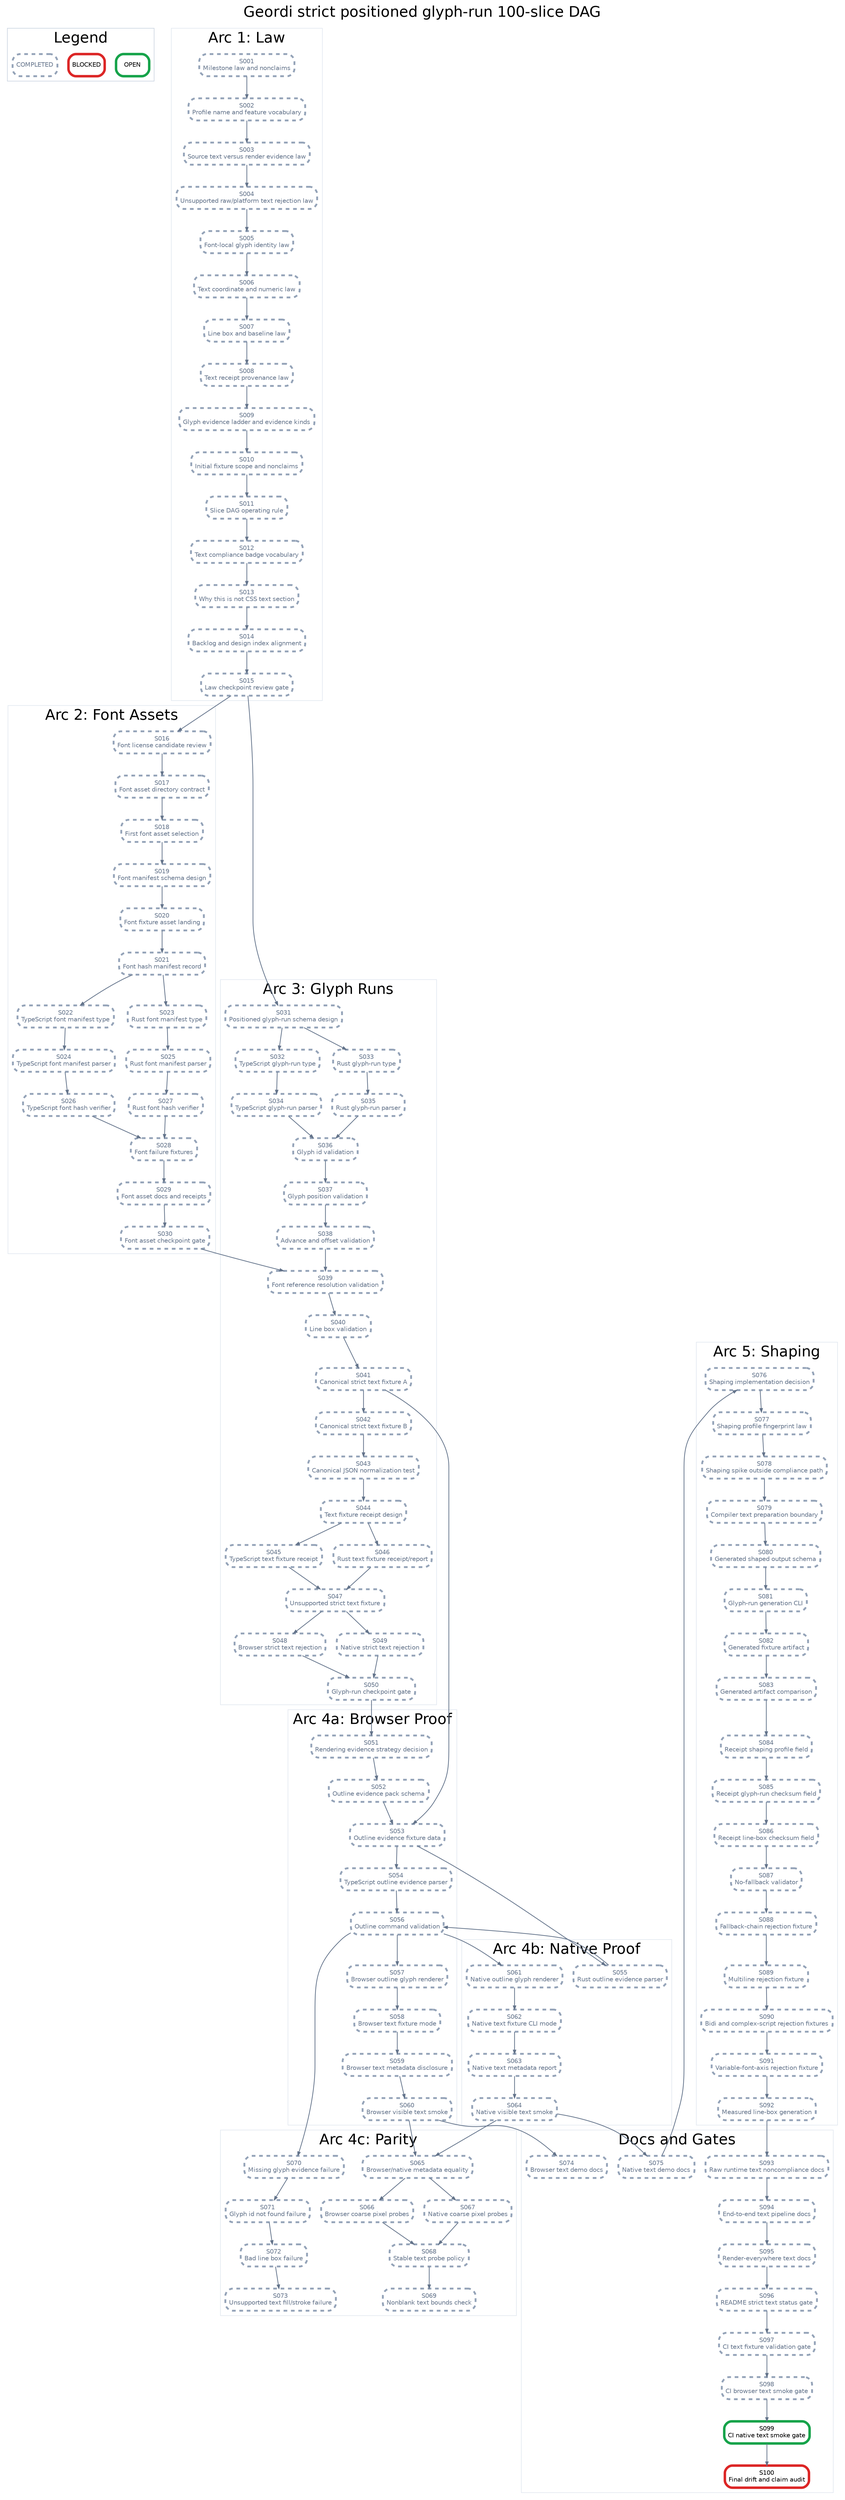
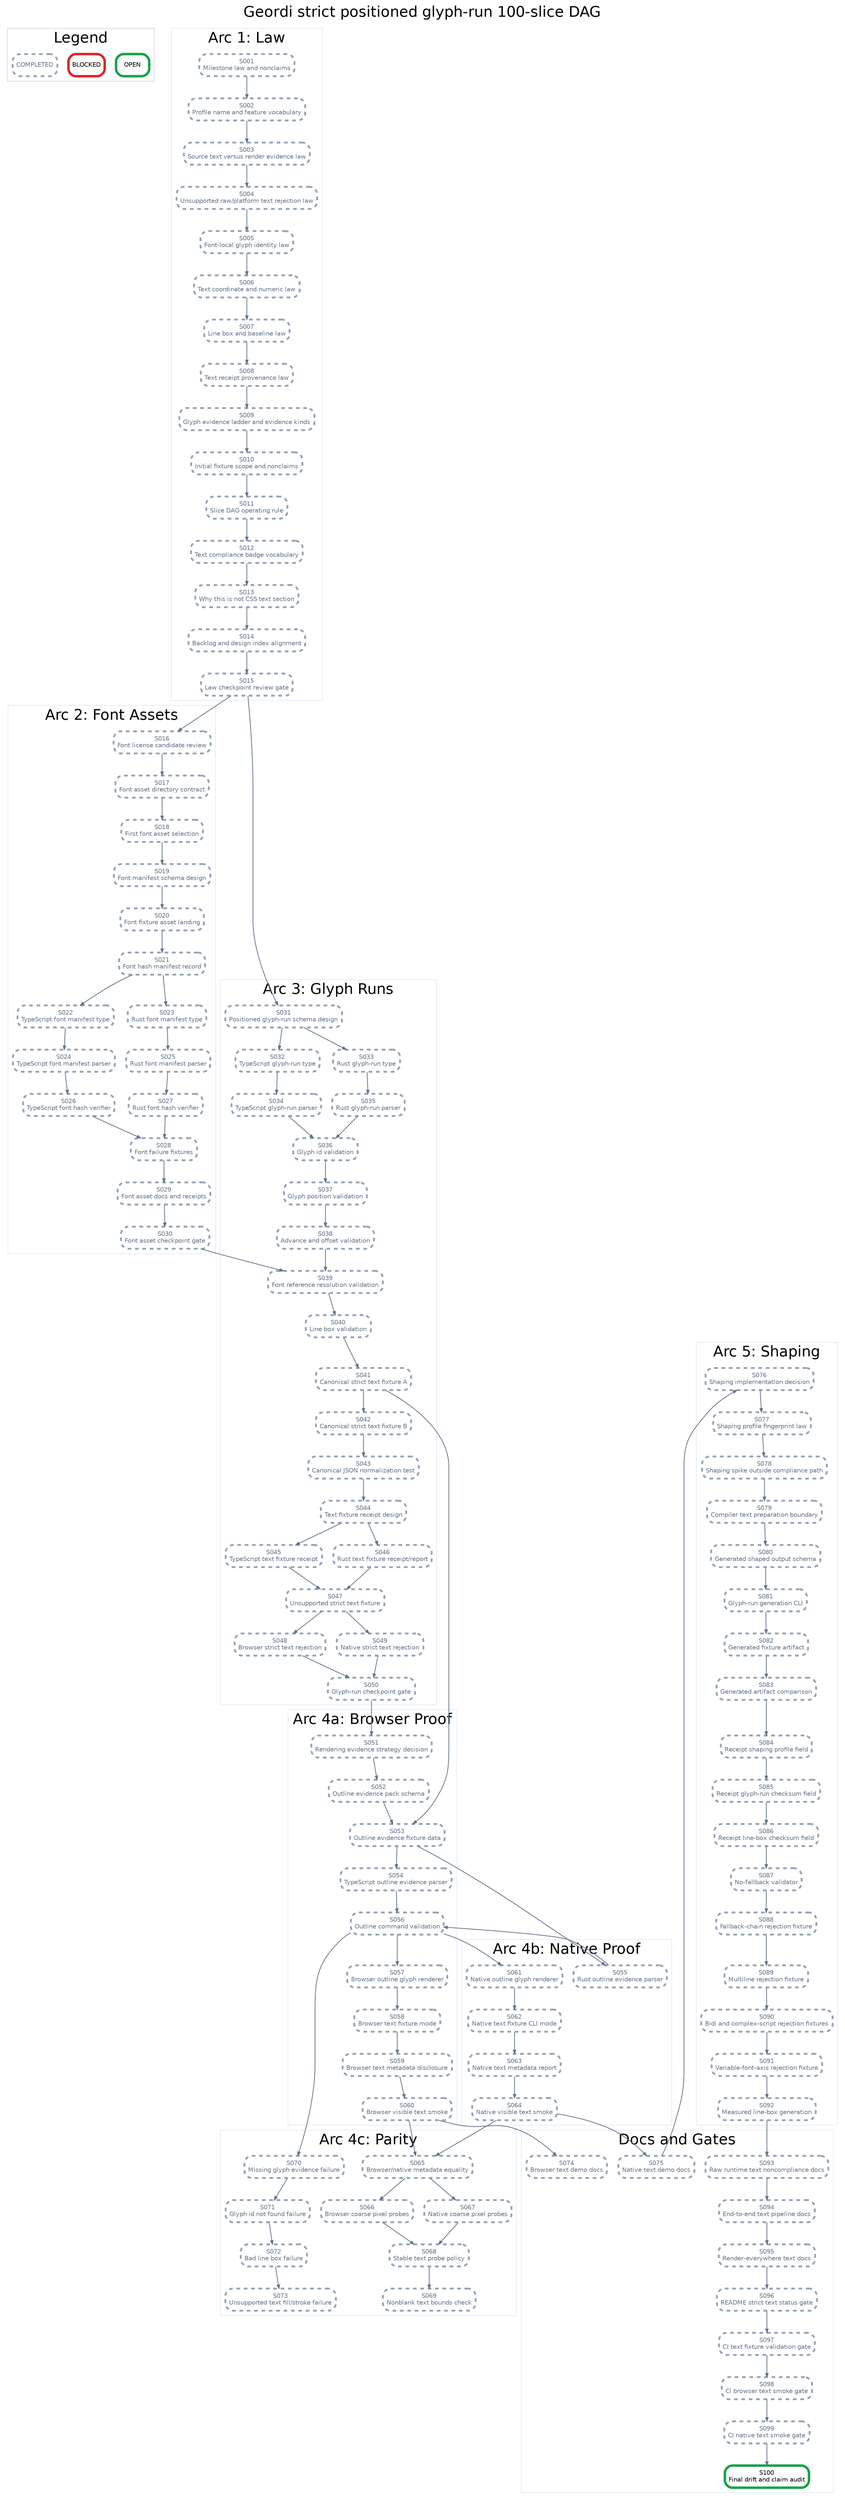
digraph StrictPositionedGlyphRunPlan {
  graph [rankdir=TB, bgcolor="white", fontname="Helvetica", label="Geordi strict positioned glyph-run 100-slice DAG", labelloc="t", fontsize=24];
  node [shape=box, style="rounded,filled", fillcolor="white", fontname="Helvetica", fontsize=10, margin="0.08,0.05"];
  edge [color="#64748b", arrowsize=0.6, penwidth=1.2];

  subgraph cluster_legend {
    label="Legend";
    color="#cbd5e1";
    legend_open [label="OPEN", color="#16a34a", penwidth=4];
    legend_blocked [label="BLOCKED", color="#dc2626", penwidth=4];
    legend_done [label="COMPLETED", color="#94a3b8", penwidth=3, style="rounded,filled,dashed", fontcolor="#64748b"];
  }

  subgraph cluster_law {
    label="Arc 1: Law";
    color="#e2e8f0";
    S001 [label="S001\nMilestone law and nonclaims", color="#94a3b8", penwidth=3, style="rounded,filled,dashed", fontcolor="#64748b"];
    S002 [label="S002\nProfile name and feature vocabulary", color="#94a3b8", penwidth=3, style="rounded,filled,dashed", fontcolor="#64748b"];
    S003 [label="S003\nSource text versus render evidence law", color="#94a3b8", penwidth=3, style="rounded,filled,dashed", fontcolor="#64748b"];
    S004 [label="S004\nUnsupported raw/platform text rejection law", color="#94a3b8", penwidth=3, style="rounded,filled,dashed", fontcolor="#64748b"];
    S005 [label="S005\nFont-local glyph identity law", color="#94a3b8", penwidth=3, style="rounded,filled,dashed", fontcolor="#64748b"];
    S006 [label="S006\nText coordinate and numeric law", color="#94a3b8", penwidth=3, style="rounded,filled,dashed", fontcolor="#64748b"];
    S007 [label="S007\nLine box and baseline law", color="#94a3b8", penwidth=3, style="rounded,filled,dashed", fontcolor="#64748b"];
    S008 [label="S008\nText receipt provenance law", color="#94a3b8", penwidth=3, style="rounded,filled,dashed", fontcolor="#64748b"];
    S009 [label="S009\nGlyph evidence ladder and evidence kinds", color="#94a3b8", penwidth=3, style="rounded,filled,dashed", fontcolor="#64748b"];
    S010 [label="S010\nInitial fixture scope and nonclaims", color="#94a3b8", penwidth=3, style="rounded,filled,dashed", fontcolor="#64748b"];
    S011 [label="S011\nSlice DAG operating rule", color="#94a3b8", penwidth=3, style="rounded,filled,dashed", fontcolor="#64748b"];
    S012 [label="S012\nText compliance badge vocabulary", color="#94a3b8", penwidth=3, style="rounded,filled,dashed", fontcolor="#64748b"];
    S013 [label="S013\nWhy this is not CSS text section", color="#94a3b8", penwidth=3, style="rounded,filled,dashed", fontcolor="#64748b"];
    S014 [label="S014\nBacklog and design index alignment", color="#94a3b8", penwidth=3, style="rounded,filled,dashed", fontcolor="#64748b"];
    S015 [label="S015\nLaw checkpoint review gate", color="#94a3b8", penwidth=3, style="rounded,filled,dashed", fontcolor="#64748b"];
  }

  subgraph cluster_assets {
    label="Arc 2: Font Assets";
    color="#e2e8f0";
    S016 [label="S016\nFont license candidate review", color="#94a3b8", penwidth=3, style="rounded,filled,dashed", fontcolor="#64748b"];
    S017 [label="S017\nFont asset directory contract", color="#94a3b8", penwidth=3, style="rounded,filled,dashed", fontcolor="#64748b"];
    S018 [label="S018\nFirst font asset selection", color="#94a3b8", penwidth=3, style="rounded,filled,dashed", fontcolor="#64748b"];
    S019 [label="S019\nFont manifest schema design", color="#94a3b8", penwidth=3, style="rounded,filled,dashed", fontcolor="#64748b"];
    S020 [label="S020\nFont fixture asset landing", color="#94a3b8", penwidth=3, style="rounded,filled,dashed", fontcolor="#64748b"];
    S021 [label="S021\nFont hash manifest record", color="#94a3b8", penwidth=3, style="rounded,filled,dashed", fontcolor="#64748b"];
    S022 [label="S022\nTypeScript font manifest type", color="#94a3b8", penwidth=3, style="rounded,filled,dashed", fontcolor="#64748b"];
    S023 [label="S023\nRust font manifest type", color="#94a3b8", penwidth=3, style="rounded,filled,dashed", fontcolor="#64748b"];
    S024 [label="S024\nTypeScript font manifest parser", color="#94a3b8", penwidth=3, style="rounded,filled,dashed", fontcolor="#64748b"];
    S025 [label="S025\nRust font manifest parser", color="#94a3b8", penwidth=3, style="rounded,filled,dashed", fontcolor="#64748b"];
    S026 [label="S026\nTypeScript font hash verifier", color="#94a3b8", penwidth=3, style="rounded,filled,dashed", fontcolor="#64748b"];
    S027 [label="S027\nRust font hash verifier", color="#94a3b8", penwidth=3, style="rounded,filled,dashed", fontcolor="#64748b"];
    S028 [label="S028\nFont failure fixtures", color="#94a3b8", penwidth=3, style="rounded,filled,dashed", fontcolor="#64748b"];
    S029 [label="S029\nFont asset docs and receipts", color="#94a3b8", penwidth=3, style="rounded,filled,dashed", fontcolor="#64748b"];
    S030 [label="S030\nFont asset checkpoint gate", color="#94a3b8", penwidth=3, style="rounded,filled,dashed", fontcolor="#64748b"];
  }

  subgraph cluster_glyph {
    label="Arc 3: Glyph Runs";
    color="#e2e8f0";
    S031 [label="S031\nPositioned glyph-run schema design", color="#94a3b8", penwidth=3, style="rounded,filled,dashed", fontcolor="#64748b"];
    S032 [label="S032\nTypeScript glyph-run type", color="#94a3b8", penwidth=3, style="rounded,filled,dashed", fontcolor="#64748b"];
    S033 [label="S033\nRust glyph-run type", color="#94a3b8", penwidth=3, style="rounded,filled,dashed", fontcolor="#64748b"];
    S034 [label="S034\nTypeScript glyph-run parser", color="#94a3b8", penwidth=3, style="rounded,filled,dashed", fontcolor="#64748b"];
    S035 [label="S035\nRust glyph-run parser", color="#94a3b8", penwidth=3, style="rounded,filled,dashed", fontcolor="#64748b"];
    S036 [label="S036\nGlyph id validation", color="#94a3b8", penwidth=3, style="rounded,filled,dashed", fontcolor="#64748b"];
    S037 [label="S037\nGlyph position validation", color="#94a3b8", penwidth=3, style="rounded,filled,dashed", fontcolor="#64748b"];
    S038 [label="S038\nAdvance and offset validation", color="#94a3b8", penwidth=3, style="rounded,filled,dashed", fontcolor="#64748b"];
    S039 [label="S039\nFont reference resolution validation", color="#94a3b8", penwidth=3, style="rounded,filled,dashed", fontcolor="#64748b"];
    S040 [label="S040\nLine box validation", color="#94a3b8", penwidth=3, style="rounded,filled,dashed", fontcolor="#64748b"];
    S041 [label="S041\nCanonical strict text fixture A", color="#94a3b8", penwidth=3, style="rounded,filled,dashed", fontcolor="#64748b"];
    S042 [label="S042\nCanonical strict text fixture B", color="#94a3b8", penwidth=3, style="rounded,filled,dashed", fontcolor="#64748b"];
    S043 [label="S043\nCanonical JSON normalization test", color="#94a3b8", penwidth=3, style="rounded,filled,dashed", fontcolor="#64748b"];
    S044 [label="S044\nText fixture receipt design", color="#94a3b8", penwidth=3, style="rounded,filled,dashed", fontcolor="#64748b"];
    S045 [label="S045\nTypeScript text fixture receipt", color="#94a3b8", penwidth=3, style="rounded,filled,dashed", fontcolor="#64748b"];
    S046 [label="S046\nRust text fixture receipt/report", color="#94a3b8", penwidth=3, style="rounded,filled,dashed", fontcolor="#64748b"];
    S047 [label="S047\nUnsupported strict text fixture", color="#94a3b8", penwidth=3, style="rounded,filled,dashed", fontcolor="#64748b"];
    S048 [label="S048\nBrowser strict text rejection", color="#94a3b8", penwidth=3, style="rounded,filled,dashed", fontcolor="#64748b"];
    S049 [label="S049\nNative strict text rejection", color="#94a3b8", penwidth=3, style="rounded,filled,dashed", fontcolor="#64748b"];
    S050 [label="S050\nGlyph-run checkpoint gate", color="#94a3b8", penwidth=3, style="rounded,filled,dashed", fontcolor="#64748b"];
  }

  subgraph cluster_browser {
    label="Arc 4a: Browser Proof";
    color="#e2e8f0";
    S051 [label="S051\nRendering evidence strategy decision", color="#94a3b8", penwidth=3, style="rounded,filled,dashed", fontcolor="#64748b"];
    S052 [label="S052\nOutline evidence pack schema", color="#94a3b8", penwidth=3, style="rounded,filled,dashed", fontcolor="#64748b"];
    S053 [label="S053\nOutline evidence fixture data", color="#94a3b8", penwidth=3, style="rounded,filled,dashed", fontcolor="#64748b"];
    S054 [label="S054\nTypeScript outline evidence parser", color="#94a3b8", penwidth=3, style="rounded,filled,dashed", fontcolor="#64748b"];
    S056 [label="S056\nOutline command validation", color="#94a3b8", penwidth=3, style="rounded,filled,dashed", fontcolor="#64748b"];
    S057 [label="S057\nBrowser outline glyph renderer", color="#94a3b8", penwidth=3, style="rounded,filled,dashed", fontcolor="#64748b"];
    S058 [label="S058\nBrowser text fixture mode", color="#94a3b8", penwidth=3, style="rounded,filled,dashed", fontcolor="#64748b"];
    S059 [label="S059\nBrowser text metadata disclosure", color="#94a3b8", penwidth=3, style="rounded,filled,dashed", fontcolor="#64748b"];
    S060 [label="S060\nBrowser visible text smoke", color="#94a3b8", penwidth=3, style="rounded,filled,dashed", fontcolor="#64748b"];
  }

  subgraph cluster_native {
    label="Arc 4b: Native Proof";
    color="#e2e8f0";
    S055 [label="S055\nRust outline evidence parser", color="#94a3b8", penwidth=3, style="rounded,filled,dashed", fontcolor="#64748b"];
    S061 [label="S061\nNative outline glyph renderer", color="#94a3b8", penwidth=3, style="rounded,filled,dashed", fontcolor="#64748b"];
    S062 [label="S062\nNative text fixture CLI mode", color="#94a3b8", penwidth=3, style="rounded,filled,dashed", fontcolor="#64748b"];
    S063 [label="S063\nNative text metadata report", color="#94a3b8", penwidth=3, style="rounded,filled,dashed", fontcolor="#64748b"];
    S064 [label="S064\nNative visible text smoke", color="#94a3b8", penwidth=3, style="rounded,filled,dashed", fontcolor="#64748b"];
  }

  subgraph cluster_parity {
    label="Arc 4c: Parity";
    color="#e2e8f0";
    S065 [label="S065\nBrowser/native metadata equality", color="#94a3b8", penwidth=3, style="rounded,filled,dashed", fontcolor="#64748b"];
    S066 [label="S066\nBrowser coarse pixel probes", color="#94a3b8", penwidth=3, style="rounded,filled,dashed", fontcolor="#64748b"];
    S067 [label="S067\nNative coarse pixel probes", color="#94a3b8", penwidth=3, style="rounded,filled,dashed", fontcolor="#64748b"];
    S068 [label="S068\nStable text probe policy", color="#94a3b8", penwidth=3, style="rounded,filled,dashed", fontcolor="#64748b"];
    S069 [label="S069\nNonblank text bounds check", color="#94a3b8", penwidth=3, style="rounded,filled,dashed", fontcolor="#64748b"];
    S070 [label="S070\nMissing glyph evidence failure", color="#94a3b8", penwidth=3, style="rounded,filled,dashed", fontcolor="#64748b"];
    S071 [label="S071\nGlyph id not found failure", color="#94a3b8", penwidth=3, style="rounded,filled,dashed", fontcolor="#64748b"];
    S072 [label="S072\nBad line box failure", color="#94a3b8", penwidth=3, style="rounded,filled,dashed", fontcolor="#64748b"];
    S073 [label="S073\nUnsupported text fill/stroke failure", color="#94a3b8", penwidth=3, style="rounded,filled,dashed", fontcolor="#64748b"];
  }

  subgraph cluster_shaping {
    label="Arc 5: Shaping";
    color="#e2e8f0";
    S076 [label="S076\nShaping implementation decision", color="#94a3b8", penwidth=3, style="rounded,filled,dashed", fontcolor="#64748b"];
    S077 [label="S077\nShaping profile fingerprint law", color="#94a3b8", penwidth=3, style="rounded,filled,dashed", fontcolor="#64748b"];
    S078 [label="S078\nShaping spike outside compliance path", color="#94a3b8", penwidth=3, style="rounded,filled,dashed", fontcolor="#64748b"];
    S079 [label="S079\nCompiler text preparation boundary", color="#94a3b8", penwidth=3, style="rounded,filled,dashed", fontcolor="#64748b"];
    S080 [label="S080\nGenerated shaped output schema", color="#94a3b8", penwidth=3, style="rounded,filled,dashed", fontcolor="#64748b"];
    S081 [label="S081\nGlyph-run generation CLI", color="#94a3b8", penwidth=3, style="rounded,filled,dashed", fontcolor="#64748b"];
    S082 [label="S082\nGenerated fixture artifact", color="#94a3b8", penwidth=3, style="rounded,filled,dashed", fontcolor="#64748b"];
    S083 [label="S083\nGenerated artifact comparison", color="#94a3b8", penwidth=3, style="rounded,filled,dashed", fontcolor="#64748b"];
    S084 [label="S084\nReceipt shaping profile field", color="#94a3b8", penwidth=3, style="rounded,filled,dashed", fontcolor="#64748b"];
    S085 [label="S085\nReceipt glyph-run checksum field", color="#94a3b8", penwidth=3, style="rounded,filled,dashed", fontcolor="#64748b"];
    S086 [label="S086\nReceipt line-box checksum field", color="#94a3b8", penwidth=3, style="rounded,filled,dashed", fontcolor="#64748b"];
    S087 [label="S087\nNo-fallback validator", color="#94a3b8", penwidth=3, style="rounded,filled,dashed", fontcolor="#64748b"];
    S088 [label="S088\nFallback-chain rejection fixture", color="#94a3b8", penwidth=3, style="rounded,filled,dashed", fontcolor="#64748b"];
    S089 [label="S089\nMultiline rejection fixture", color="#94a3b8", penwidth=3, style="rounded,filled,dashed", fontcolor="#64748b"];
    S090 [label="S090\nBidi and complex-script rejection fixtures", color="#94a3b8", penwidth=3, style="rounded,filled,dashed", fontcolor="#64748b"];
    S091 [label="S091\nVariable-font-axis rejection fixture", color="#94a3b8", penwidth=3, style="rounded,filled,dashed", fontcolor="#64748b"];
    S092 [label="S092\nMeasured line-box generation", color="#94a3b8", penwidth=3, style="rounded,filled,dashed", fontcolor="#64748b"];
  }

  subgraph cluster_docs {
    label="Docs and Gates";
    color="#e2e8f0";
    S074 [label="S074\nBrowser text demo docs", color="#94a3b8", penwidth=3, style="rounded,filled,dashed", fontcolor="#64748b"];
    S075 [label="S075\nNative text demo docs", color="#94a3b8", penwidth=3, style="rounded,filled,dashed", fontcolor="#64748b"];
    S093 [label="S093\nRaw runtime text noncompliance docs", color="#94a3b8", penwidth=3, style="rounded,filled,dashed", fontcolor="#64748b"];
    S094 [label="S094\nEnd-to-end text pipeline docs", color="#94a3b8", penwidth=3, style="rounded,filled,dashed", fontcolor="#64748b"];
    S095 [label="S095\nRender-everywhere text docs", color="#94a3b8", penwidth=3, style="rounded,filled,dashed", fontcolor="#64748b"];
    S096 [label="S096\nREADME strict text status gate", color="#94a3b8", penwidth=3, style="rounded,filled,dashed", fontcolor="#64748b"];
    S097 [label="S097\nCI text fixture validation gate", color="#94a3b8", penwidth=3, style="rounded,filled,dashed", fontcolor="#64748b"];
    S098 [label="S098\nCI browser text smoke gate", color="#94a3b8", penwidth=3, style="rounded,filled,dashed", fontcolor="#64748b"];
-     S099 [label="S099\nCI native text smoke gate", color="#16a34a", penwidth=4];
-     S100 [label="S100\nFinal drift and claim audit", color="#dc2626", penwidth=4];
+     S099 [label="S099\nCI native text smoke gate", color="#94a3b8", penwidth=3, style="rounded,filled,dashed", fontcolor="#64748b"];
+     S100 [label="S100\nFinal drift and claim audit", color="#16a34a", penwidth=4];
  }

  S001 -> S002;
  S002 -> S003;
  S003 -> S004;
  S004 -> S005;
  S005 -> S006;
  S006 -> S007;
  S007 -> S008;
  S008 -> S009;
  S009 -> S010;
  S010 -> S011;
  S011 -> S012;
  S012 -> S013;
  S013 -> S014;
  S014 -> S015;
  S015 -> S016;
  S016 -> S017;
  S017 -> S018;
  S018 -> S019;
  S019 -> S020;
  S020 -> S021;
  S021 -> S022;
  S021 -> S023;
  S022 -> S024;
  S023 -> S025;
  S024 -> S026;
  S025 -> S027;
  S026 -> S028;
  S027 -> S028;
  S028 -> S029;
  S029 -> S030;
  S015 -> S031;
  S031 -> S032;
  S031 -> S033;
  S032 -> S034;
  S033 -> S035;
  S034 -> S036;
  S035 -> S036;
  S036 -> S037;
  S037 -> S038;
  S038 -> S039;
  S039 -> S040;
  S030 -> S039;
  S040 -> S041;
  S041 -> S042;
  S042 -> S043;
  S043 -> S044;
  S044 -> S045;
  S044 -> S046;
  S045 -> S047;
  S046 -> S047;
  S047 -> S048;
  S047 -> S049;
  S048 -> S050;
  S049 -> S050;
  S050 -> S051;
  S051 -> S052;
  S052 -> S053;
  S041 -> S053;
  S053 -> S054;
  S053 -> S055;
  S054 -> S056;
  S055 -> S056;
  S056 -> S057;
  S057 -> S058;
  S058 -> S059;
  S059 -> S060;
  S056 -> S061;
  S061 -> S062;
  S062 -> S063;
  S063 -> S064;
  S060 -> S065;
  S064 -> S065;
  S065 -> S066;
  S065 -> S067;
  S066 -> S068;
  S067 -> S068;
  S068 -> S069;
  S056 -> S070;
  S070 -> S071;
  S071 -> S072;
  S072 -> S073;
  S060 -> S074;
  S064 -> S075;
  S075 -> S076;
  S076 -> S077;
  S077 -> S078;
  S078 -> S079;
  S079 -> S080;
  S080 -> S081;
  S081 -> S082;
  S082 -> S083;
  S083 -> S084;
  S084 -> S085;
  S085 -> S086;
  S086 -> S087;
  S087 -> S088;
  S088 -> S089;
  S089 -> S090;
  S090 -> S091;
  S091 -> S092;
  S092 -> S093;
  S093 -> S094;
  S094 -> S095;
  S095 -> S096;
  S096 -> S097;
  S097 -> S098;
  S098 -> S099;
  S099 -> S100;
}
